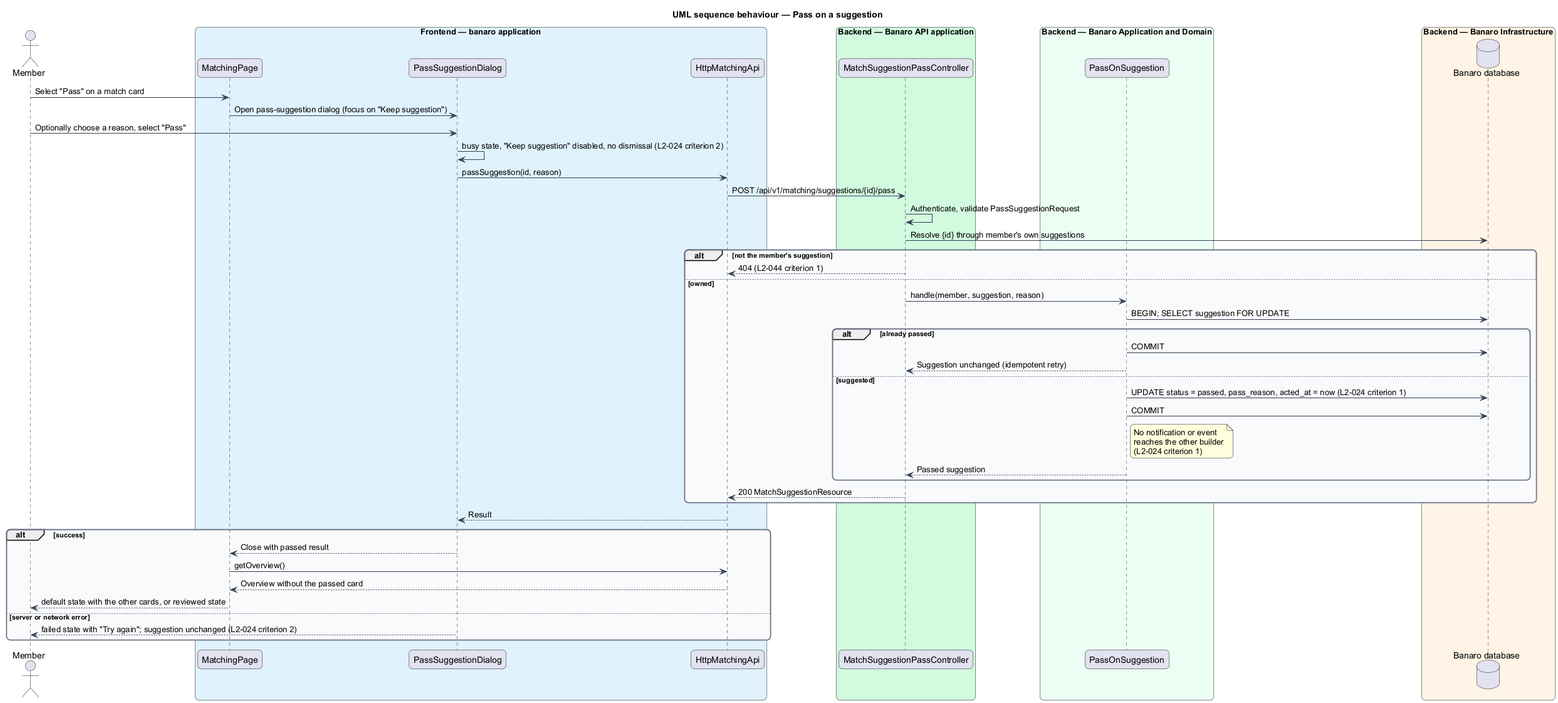
This is docs/detailed-designs/matching/pass-on-suggestion/diagrams/sequence-pass.png from QuinntyneBrown/banaro, a PlantUML export, as it was before one commit. The source it was exported from:
```plantuml
@startuml
title UML sequence behaviour — Pass on a suggestion
skinparam backgroundColor #FFFFFF
skinparam shadowing false
skinparam roundcorner 12
skinparam defaultFontName Arial
skinparam ArrowColor #344054
skinparam rectangle {
  BorderColor #344054
  FontColor #101828
}
skinparam package {
  BorderColor #667085
  FontColor #101828
  BackgroundColor #F9FAFB
}
actor "Member" as actor
box "Frontend — banaro application" #E0F2FE
  participant "MatchingPage" as page
  participant "PassSuggestionDialog" as dialog
  participant "HttpMatchingApi" as client
end box
box "Backend — Banaro API application" #D1FADF
  participant "MatchSuggestionPassController" as controller
end box
box "Backend — Banaro Application and Domain" #ECFDF3
  participant "PassOnSuggestion" as action
end box
box "Backend — Banaro Infrastructure" #FFF4E5
  database "Banaro database" as db
end box

actor -> page : Select "Pass" on a match card
page -> dialog : Open pass-suggestion dialog (focus on "Keep suggestion")
actor -> dialog : Optionally choose a reason, select "Pass"
dialog -> dialog : busy state, "Keep suggestion" disabled, no dismissal (L2-024 criterion 2)
dialog -> client : passSuggestion(id, reason)
client -> controller : POST /api/v1/matching/suggestions/{id}/pass
controller -> controller : Authenticate, validate PassSuggestionRequest
controller -> db : Resolve {id} through member's own suggestions
alt not the member's suggestion
  controller --> client : 404 (L2-044 criterion 1)
else owned
  controller -> action : handle(member, suggestion, reason)
  action -> db : BEGIN; SELECT suggestion FOR UPDATE
  alt already passed
    action -> db : COMMIT
    action --> controller : Suggestion unchanged (idempotent retry)
  else suggested
    action -> db : UPDATE status = passed, pass_reason, acted_at = now (L2-024 criterion 1)
    action -> db : COMMIT
    note right of action : No notification or event\nreaches the other builder\n(L2-024 criterion 1)
    action --> controller : Passed suggestion
  end
  controller --> client : 200 MatchSuggestionResource
end
client --> dialog : Result
alt success
  dialog --> page : Close with passed result
  page -> client : getOverview()
  client --> page : Overview without the passed card
  page --> actor : default state with the other cards, or reviewed state
else server or network error
  dialog --> actor : failed state with "Try again"; suggestion unchanged (L2-024 criterion 2)
end
@enduml
```
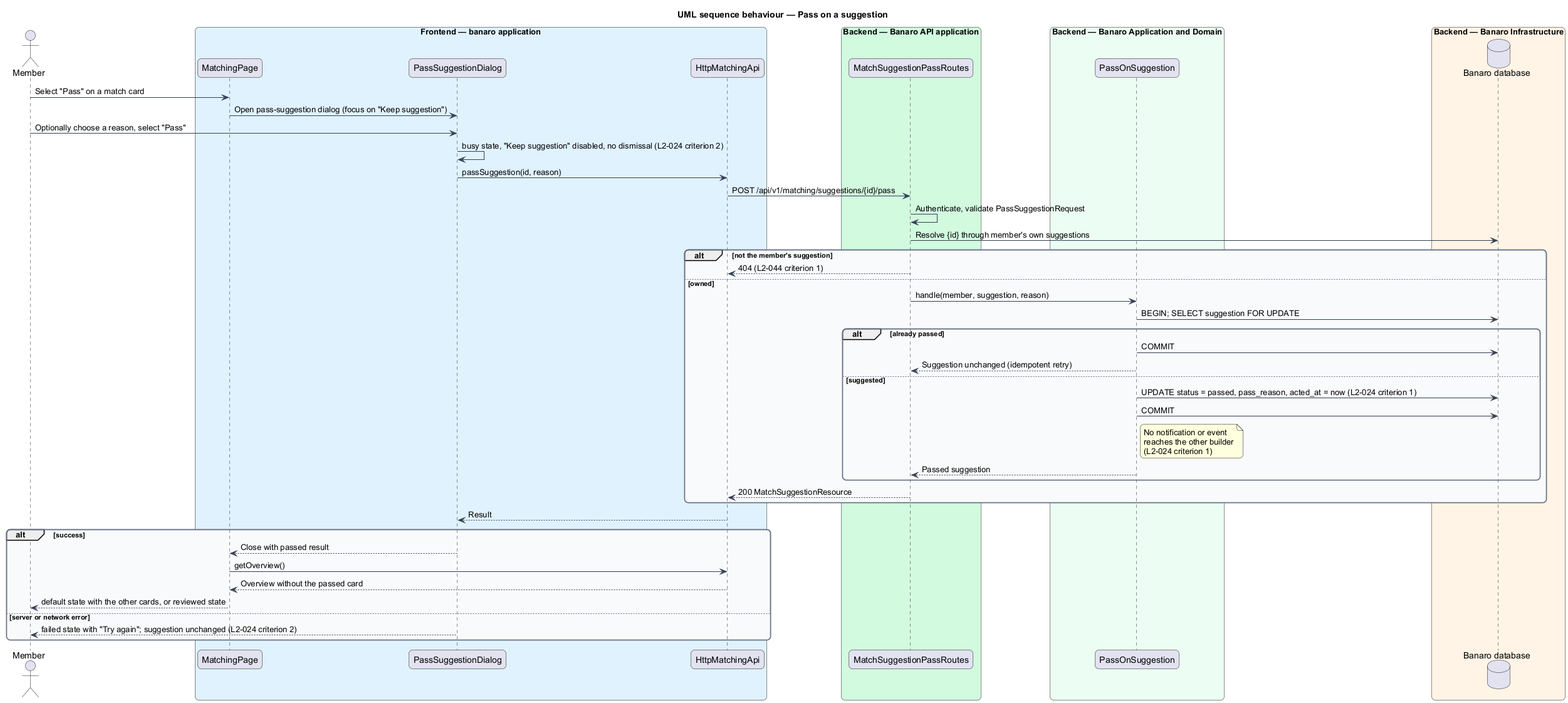
The same diagram one commit later.

Diff of the diagram source:
```diff
@@ -21,7 +21,7 @@
   participant "HttpMatchingApi" as client
 end box
 box "Backend — Banaro API application" #D1FADF
-  participant "MatchSuggestionPassController" as controller
+  participant "MatchSuggestionPassRoutes" as controller
 end box
 box "Backend — Banaro Application and Domain" #ECFDF3
   participant "PassOnSuggestion" as action
```
